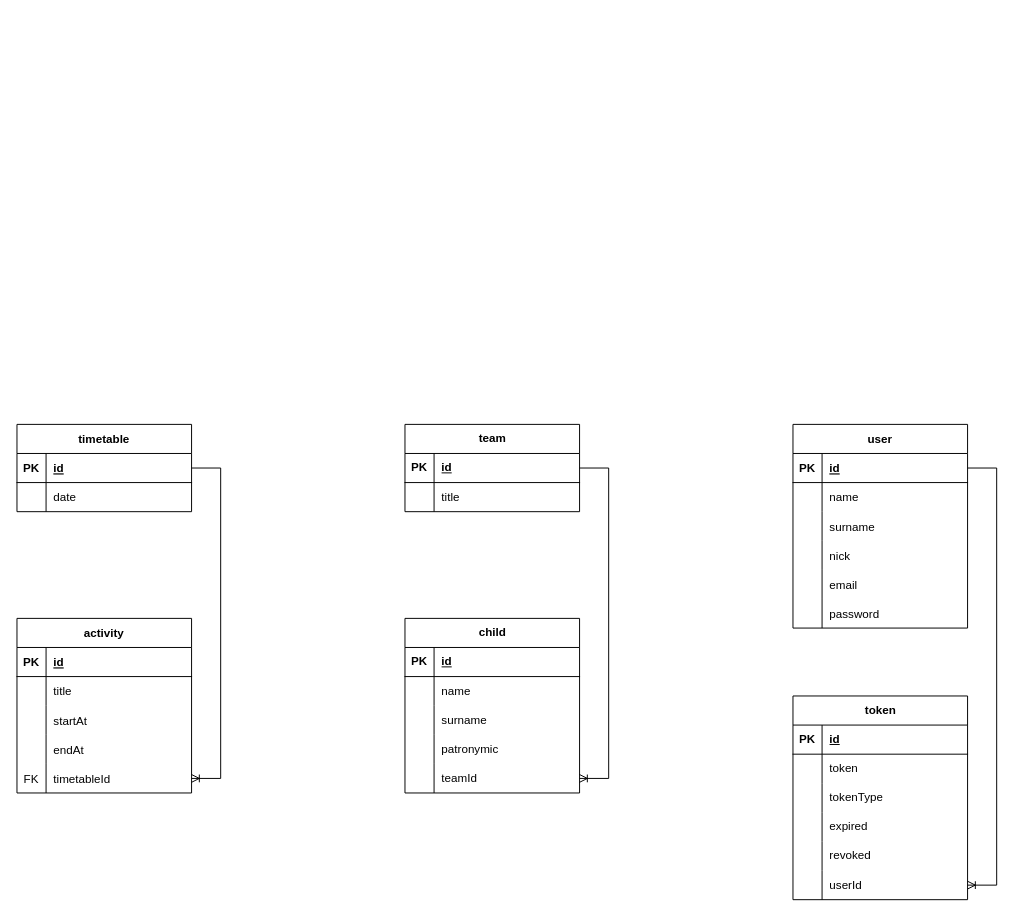
Earlier version of the draw.io diagram backend/DB_diagrams/diagram.drawio (PavKiki/Tracking-the-activity-of-children-in-field-camps). Source tidied: cells renumbered, new cells numbered last; positions are measured from the earlier drawing's top-left corner, leaving out a move shared by most shapes. Both pictures are drawn from the tidied source at 97%, with x=0, y=0 at pixel (16, 424).
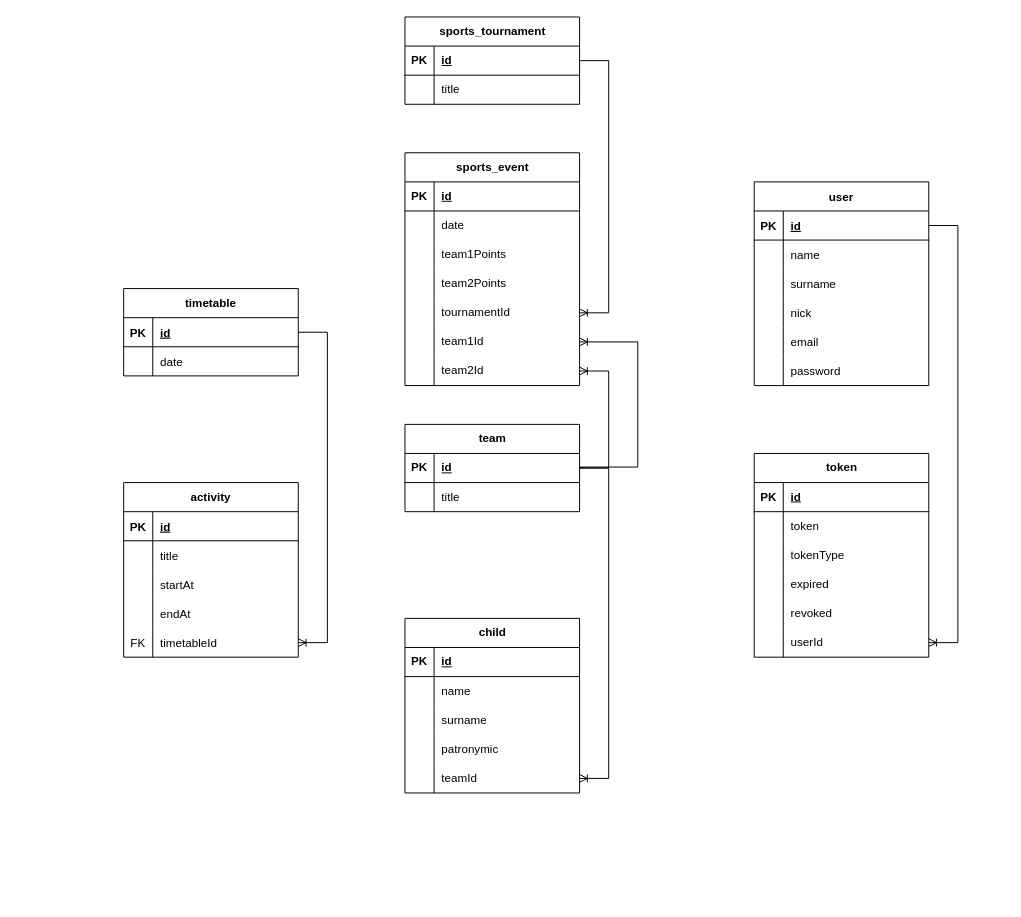
After the change.

The change refers to these unchanged cells:
```xml
<mxCell id="27" style="shape=tableRow;horizontal=0;startSize=0;swimlaneHead=0;swimlaneBody=0;fillColor=none;points=[[0,0.5],[1,0.5]];portConstraint=eastwest;top=0;left=0;right=0;bottom=1;" parent="26" vertex="1">
  <mxGeometry y="30" width="180" height="30" as="geometry" />
</mxCell>
```

The edit, as a diff of the source:
```diff
@@
     <mxCell id="2" value="timetable" style="shape=table;startSize=30;childLayout=tableLayout;rowLines=0;fontStyle=1;align=center;" parent="1" vertex="1">
-      <mxGeometry width="180" height="90" as="geometry" />
+      <mxGeometry x="110" y="-140" width="180" height="90" as="geometry" />
     </mxCell>
@@
     <mxCell id="9" value="activity" style="shape=table;startSize=30;childLayout=tableLayout;rowLines=0;fontStyle=1;align=center;" parent="1" vertex="1">
-      <mxGeometry y="200" width="180" height="180" as="geometry" />
+      <mxGeometry x="110" y="60" width="180" height="180" as="geometry" />
     </mxCell>
@@
     <mxCell id="50" value="user" style="shape=table;startSize=30;childLayout=tableLayout;rowLines=0;fontStyle=1;align=center;" parent="1" vertex="1">
-      <mxGeometry x="800" width="180" height="210" as="geometry" />
+      <mxGeometry x="760" y="-250" width="180" height="210" as="geometry" />
     </mxCell>
@@
     <mxCell id="69" value="token" style="shape=table;startSize=30;childLayout=tableLayout;rowLines=0;fontStyle=1;align=center;html=1;" parent="1" vertex="1">
-      <mxGeometry x="800" y="280" width="180" height="210" as="geometry" />
+      <mxGeometry x="760" y="30" width="180" height="210" as="geometry" />
     </mxCell>
@@
+    <mxCell id="89" value="sports_event" style="shape=table;startSize=30;childLayout=tableLayout;rowLines=0;fontStyle=1;align=center;html=1;" parent="1" vertex="1">
+      <mxGeometry x="400" y="-280" width="180" height="240" as="geometry" />
+    </mxCell>
+    <mxCell id="90" style="shape=tableRow;horizontal=0;startSize=0;swimlaneHead=0;swimlaneBody=0;fillColor=none;top=0;left=0;right=0;bottom=1;" parent="89" vertex="1">
+      <mxGeometry y="30" width="180" height="30" as="geometry" />
+    </mxCell>
+    <mxCell id="91" value="PK" style="shape=partialRectangle;fillColor=none;top=0;left=0;bottom=0;right=0;fontStyle=1;overflow=hidden;whiteSpace=wrap;html=1;" parent="90" vertex="1">
+      <mxGeometry width="30" height="30" as="geometry" />
+    </mxCell>
+    <mxCell id="92" value="id" style="shape=partialRectangle;fillColor=none;top=0;left=0;bottom=0;right=0;align=left;spacingLeft=6;fontStyle=5;overflow=hidden;whiteSpace=wrap;html=1;" parent="90" vertex="1">
+      <mxGeometry x="30" width="150" height="30" as="geometry" />
+    </mxCell>
+    <mxCell id="93" style="shape=tableRow;horizontal=0;startSize=0;swimlaneHead=0;swimlaneBody=0;fillColor=none;top=0;left=0;right=0;bottom=0;" parent="89" vertex="1">
+      <mxGeometry y="60" width="180" height="30" as="geometry" />
+    </mxCell>
+    <mxCell id="94" style="shape=partialRectangle;fillColor=none;top=0;left=0;bottom=0;right=0;overflow=hidden;whiteSpace=wrap;html=1;" parent="93" vertex="1">
+      <mxGeometry width="30" height="30" as="geometry" />
+    </mxCell>
+    <mxCell id="95" value="date" style="shape=partialRectangle;fillColor=none;top=0;left=0;bottom=0;right=0;align=left;spacingLeft=6;overflow=hidden;whiteSpace=wrap;html=1;" parent="93" vertex="1">
+      <mxGeometry x="30" width="150" height="30" as="geometry" />
+    </mxCell>
+    <mxCell id="96" style="shape=tableRow;horizontal=0;startSize=0;swimlaneHead=0;swimlaneBody=0;fillColor=none;top=0;left=0;right=0;bottom=0;" parent="89" vertex="1">
+      <mxGeometry y="90" width="180" height="30" as="geometry" />
+    </mxCell>
+    <mxCell id="97" style="shape=partialRectangle;fillColor=none;top=0;left=0;bottom=0;right=0;overflow=hidden;whiteSpace=wrap;html=1;" parent="96" vertex="1">
+      <mxGeometry width="30" height="30" as="geometry" />
+    </mxCell>
+    <mxCell id="98" value="team1Points" style="shape=partialRectangle;fillColor=none;top=0;left=0;bottom=0;right=0;align=left;spacingLeft=6;overflow=hidden;whiteSpace=wrap;html=1;" parent="96" vertex="1">
+      <mxGeometry x="30" width="150" height="30" as="geometry" />
+    </mxCell>
+    <mxCell id="99" style="shape=tableRow;horizontal=0;startSize=0;swimlaneHead=0;swimlaneBody=0;fillColor=none;top=0;left=0;right=0;bottom=0;" parent="89" vertex="1">
+      <mxGeometry y="120" width="180" height="30" as="geometry" />
+    </mxCell>
+    <mxCell id="100" style="shape=partialRectangle;fillColor=none;top=0;left=0;bottom=0;right=0;overflow=hidden;whiteSpace=wrap;html=1;" parent="99" vertex="1">
+      <mxGeometry width="30" height="30" as="geometry" />
+    </mxCell>
+    <mxCell id="101" value="team2Points" style="shape=partialRectangle;fillColor=none;top=0;left=0;bottom=0;right=0;align=left;spacingLeft=6;overflow=hidden;whiteSpace=wrap;html=1;" parent="99" vertex="1">
+      <mxGeometry x="30" width="150" height="30" as="geometry" />
+    </mxCell>
+    <mxCell id="102" style="shape=tableRow;horizontal=0;startSize=0;swimlaneHead=0;swimlaneBody=0;fillColor=none;points=[[0,0.5],[1,0.5]];portConstraint=eastwest;top=0;left=0;right=0;bottom=0;" parent="89" vertex="1">
+      <mxGeometry y="150" width="180" height="30" as="geometry" />
+    </mxCell>
+    <mxCell id="103" style="shape=partialRectangle;fillColor=none;top=0;left=0;bottom=0;right=0;overflow=hidden;whiteSpace=wrap;html=1;" parent="102" vertex="1">
+      <mxGeometry width="30" height="30" as="geometry" />
+    </mxCell>
+    <mxCell id="104" value="tournamentId" style="shape=partialRectangle;fillColor=none;top=0;left=0;bottom=0;right=0;align=left;spacingLeft=6;overflow=hidden;whiteSpace=wrap;html=1;" parent="102" vertex="1">
+      <mxGeometry x="30" width="150" height="30" as="geometry" />
+    </mxCell>
+    <mxCell id="105" style="shape=tableRow;horizontal=0;startSize=0;swimlaneHead=0;swimlaneBody=0;fillColor=none;points=[[0,0.5],[1,0.5]];portConstraint=eastwest;top=0;left=0;right=0;bottom=0;" parent="89" vertex="1">
+      <mxGeometry y="180" width="180" height="30" as="geometry" />
+    </mxCell>
+    <mxCell id="106" style="shape=partialRectangle;fillColor=none;top=0;left=0;bottom=0;right=0;overflow=hidden;whiteSpace=wrap;html=1;" parent="105" vertex="1">
+      <mxGeometry width="30" height="30" as="geometry" />
+    </mxCell>
+    <mxCell id="107" value="team1Id" style="shape=partialRectangle;fillColor=none;top=0;left=0;bottom=0;right=0;align=left;spacingLeft=6;overflow=hidden;whiteSpace=wrap;html=1;" parent="105" vertex="1">
+      <mxGeometry x="30" width="150" height="30" as="geometry" />
+    </mxCell>
+    <mxCell id="108" style="shape=tableRow;horizontal=0;startSize=0;swimlaneHead=0;swimlaneBody=0;fillColor=none;points=[[0,0.5],[1,0.5]];portConstraint=eastwest;top=0;left=0;right=0;bottom=0;" parent="89" vertex="1">
+      <mxGeometry y="210" width="180" height="30" as="geometry" />
+    </mxCell>
+    <mxCell id="109" style="shape=partialRectangle;fillColor=none;top=0;left=0;bottom=0;right=0;overflow=hidden;whiteSpace=wrap;html=1;" parent="108" vertex="1">
+      <mxGeometry width="30" height="30" as="geometry" />
+    </mxCell>
+    <mxCell id="110" value="team2Id" style="shape=partialRectangle;fillColor=none;top=0;left=0;bottom=0;right=0;align=left;spacingLeft=6;overflow=hidden;whiteSpace=wrap;html=1;" parent="108" vertex="1">
+      <mxGeometry x="30" width="150" height="30" as="geometry" />
+    </mxCell>
+    <mxCell id="111" style="edgeStyle=entityRelationEdgeStyle;fontSize=12;html=1;endArrow=ERoneToMany;rounded=0;entryX=1;entryY=0.5;entryDx=0;entryDy=0;exitX=1;exitY=0.5;exitDx=0;exitDy=0;" parent="1" edge="1" source="27" target="108">
+      <mxGeometry relative="1" as="geometry" />
+    </mxCell>
+    <mxCell id="112" value="sports_tournament" style="shape=table;startSize=30;childLayout=tableLayout;rowLines=0;fontStyle=1;align=center;html=1;" parent="1" vertex="1">
+      <mxGeometry x="400" y="-420" width="180" height="90" as="geometry" />
+    </mxCell>
+    <mxCell id="113" style="shape=tableRow;horizontal=0;startSize=0;swimlaneHead=0;swimlaneBody=0;fillColor=none;points=[[0,0.5],[1,0.5]];portConstraint=eastwest;top=0;left=0;right=0;bottom=1;" parent="112" vertex="1">
+      <mxGeometry y="30" width="180" height="30" as="geometry" />
+    </mxCell>
+    <mxCell id="114" value="PK" style="shape=partialRectangle;fillColor=none;top=0;left=0;bottom=0;right=0;fontStyle=1;overflow=hidden;whiteSpace=wrap;html=1;" parent="113" vertex="1">
+      <mxGeometry width="30" height="30" as="geometry" />
+    </mxCell>
+    <mxCell id="115" value="id" style="shape=partialRectangle;fillColor=none;top=0;left=0;bottom=0;right=0;align=left;spacingLeft=6;fontStyle=5;overflow=hidden;whiteSpace=wrap;html=1;" parent="113" vertex="1">
+      <mxGeometry x="30" width="150" height="30" as="geometry" />
+    </mxCell>
+    <mxCell id="116" style="shape=tableRow;horizontal=0;startSize=0;swimlaneHead=0;swimlaneBody=0;fillColor=none;top=0;left=0;right=0;bottom=0;" parent="112" vertex="1">
+      <mxGeometry y="60" width="180" height="30" as="geometry" />
+    </mxCell>
+    <mxCell id="117" style="shape=partialRectangle;fillColor=none;top=0;left=0;bottom=0;right=0;overflow=hidden;whiteSpace=wrap;html=1;" parent="116" vertex="1">
+      <mxGeometry width="30" height="30" as="geometry" />
+    </mxCell>
+    <mxCell id="118" value="title" style="shape=partialRectangle;fillColor=none;top=0;left=0;bottom=0;right=0;align=left;spacingLeft=6;overflow=hidden;whiteSpace=wrap;html=1;" parent="116" vertex="1">
+      <mxGeometry x="30" width="150" height="30" as="geometry" />
+    </mxCell>
+    <mxCell id="119" style="edgeStyle=entityRelationEdgeStyle;fontSize=12;html=1;endArrow=ERoneToMany;rounded=0;exitX=1;exitY=0.5;exitDx=0;exitDy=0;entryX=1;entryY=0.5;entryDx=0;entryDy=0;" parent="1" edge="1" source="113" target="102">
+      <mxGeometry relative="1" as="geometry" />
+    </mxCell>
+    <mxCell id="120" style="edgeStyle=orthogonalEdgeStyle;fontSize=12;html=1;endArrow=ERoneToMany;rounded=0;entryX=1;entryY=0.5;entryDx=0;entryDy=0;exitX=1;exitY=0.5;exitDx=0;exitDy=0;" parent="1" edge="1" source="27" target="105">
+      <mxGeometry relative="1" as="geometry">
+        <Array as="points">
+          <mxPoint x="580" y="44" />
+          <mxPoint x="640" y="44" />
+          <mxPoint x="640" y="-85" />
+        </Array>
+      </mxGeometry>
+    </mxCell>
```
